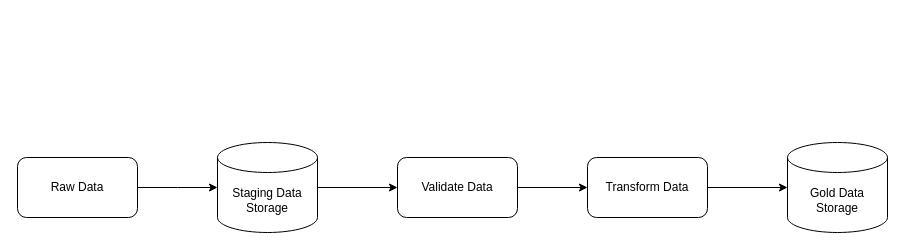
jbetts197/M5-20260106 keeps this draw.io diagram as Architecture Diagram.drawio. Above is the earlier version. Source tidied: cells renumbered, new cells numbered last; positions are measured from the earlier drawing's top-left corner, leaving out a move shared by most shapes. Both pictures are drawn from the tidied source at 100%, with x=0, y=0 at pixel (17, 142).
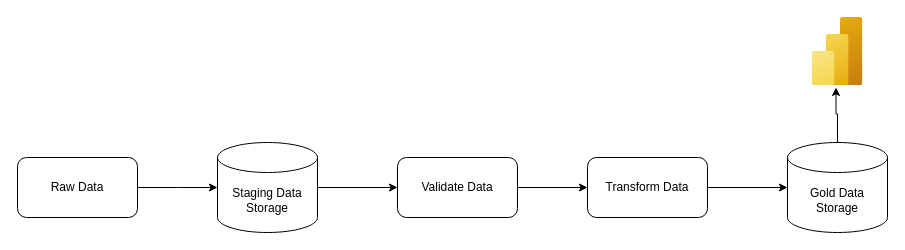
The same page after the edit.

Diff of the diagram source:
```diff
@@
 <mxGraphModel>
   <root>
     <mxCell id="0" />
     <mxCell id="1" parent="0" />
     <mxCell id="2" style="edgeStyle=orthogonalEdgeStyle;rounded=0;jettySize=auto;html=1;exitX=1;exitY=0.5;exitDx=0;exitDy=0;" parent="1" edge="1" source="3">
       <mxGeometry relative="1" as="geometry">
         <mxPoint x="200" y="45" as="targetPoint" />
       </mxGeometry>
     </mxCell>
     <mxCell id="3" value="Raw Data" style="rounded=1;whiteSpace=wrap;html=1;" parent="1" vertex="1">
       <mxGeometry y="15" width="120" height="60" as="geometry" />
     </mxCell>
     <mxCell id="4" style="edgeStyle=orthogonalEdgeStyle;rounded=0;jettySize=auto;html=1;exitX=1;exitY=0.5;exitDx=0;exitDy=0;exitPerimeter=0;entryX=0;entryY=0.5;entryDx=0;entryDy=0;" parent="1" edge="1" source="5" target="7">
       <mxGeometry relative="1" as="geometry" />
     </mxCell>
     <mxCell id="5" value="Staging Data&lt;div&gt;Storage&lt;/div&gt;" style="shape=cylinder3;whiteSpace=wrap;html=1;boundedLbl=1;backgroundOutline=1;size=15;" parent="1" vertex="1">
       <mxGeometry x="200" width="100" height="90" as="geometry" />
     </mxCell>
     <mxCell id="6" style="edgeStyle=orthogonalEdgeStyle;rounded=0;jettySize=auto;html=1;exitX=1;exitY=0.5;exitDx=0;exitDy=0;" parent="1" edge="1" source="7" target="8">
       <mxGeometry relative="1" as="geometry" />
     </mxCell>
     <mxCell id="7" value="Validate Data" style="rounded=1;whiteSpace=wrap;html=1;" parent="1" vertex="1">
       <mxGeometry x="380" y="15" width="120" height="60" as="geometry" />
     </mxCell>
     <mxCell id="8" value="Transform Data" style="rounded=1;whiteSpace=wrap;html=1;" parent="1" vertex="1">
       <mxGeometry x="570" y="15" width="120" height="60" as="geometry" />
     </mxCell>
     <mxCell id="9" value="Gold Data&lt;div&gt;Storage&lt;/div&gt;" style="shape=cylinder3;whiteSpace=wrap;html=1;boundedLbl=1;backgroundOutline=1;size=15;" parent="1" vertex="1">
       <mxGeometry x="770" width="100" height="90" as="geometry" />
     </mxCell>
     <mxCell id="10" style="edgeStyle=orthogonalEdgeStyle;rounded=0;jettySize=auto;html=1;exitX=1;exitY=0.5;exitDx=0;exitDy=0;entryX=0;entryY=0.5;entryDx=0;entryDy=0;entryPerimeter=0;" parent="1" edge="1" source="8" target="9">
       <mxGeometry relative="1" as="geometry" />
     </mxCell>
+    <mxCell id="11" style="image;html=1;points=[];align=center;fontSize=12;image=img/lib/azure2/analytics/Power_BI_Embedded.svg;" parent="1" vertex="1">
+      <mxGeometry x="794.5" y="-125" width="51" height="68" as="geometry" />
+    </mxCell>
+    <mxCell id="12" style="edgeStyle=orthogonalEdgeStyle;rounded=0;jettySize=auto;html=1;exitX=0.5;exitY=0;exitDx=0;exitDy=0;exitPerimeter=0;entryX=0.471;entryY=1.029;entryDx=0;entryDy=0;entryPerimeter=0;" parent="1" edge="1" source="9" target="11">
+      <mxGeometry relative="1" as="geometry" />
+    </mxCell>
   </root>
 </mxGraphModel>
```
